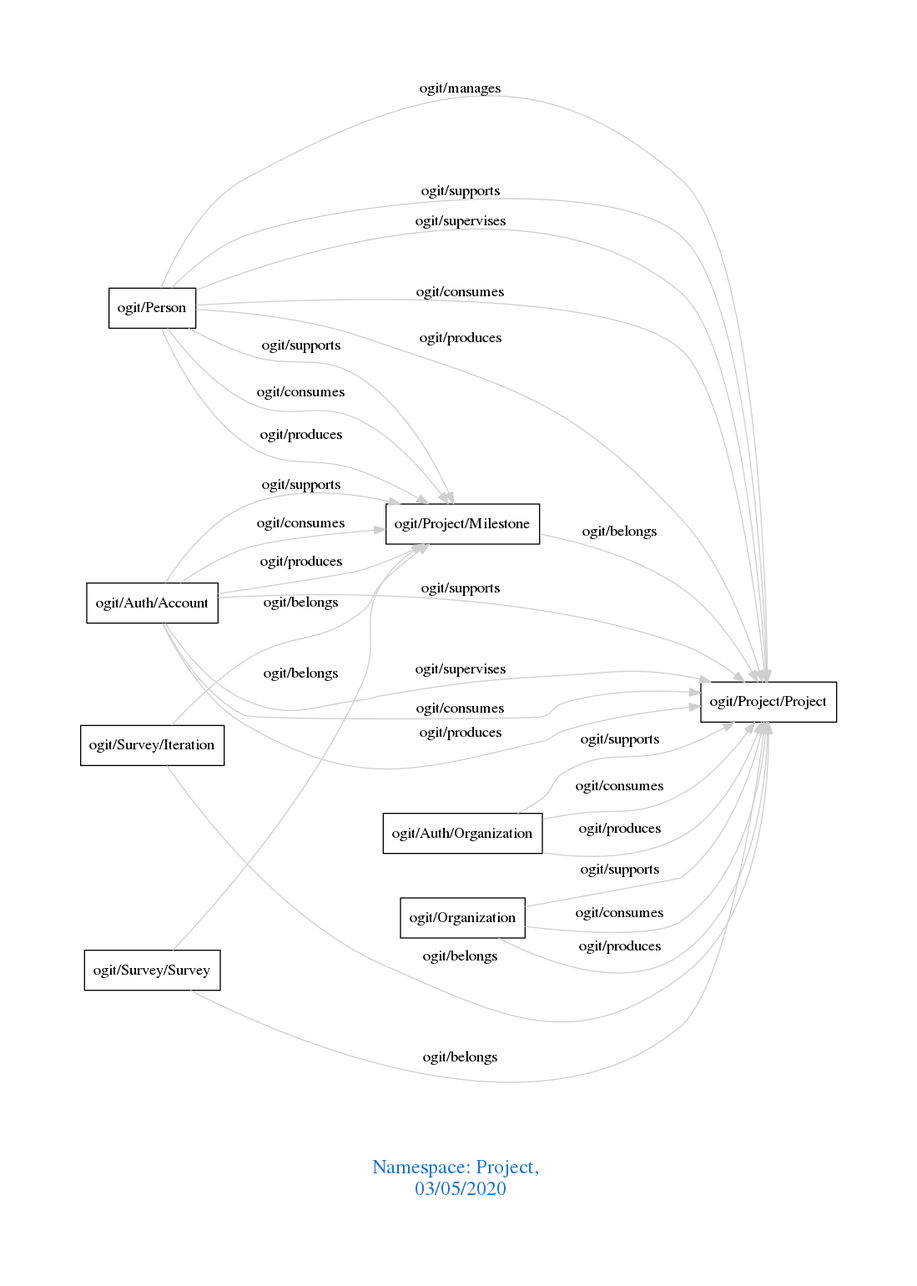
Before: downloads/Project.png, a diagram exported from Graphviz (arago/OGIT). Its source is kept beside it as downloads/Project.dot.
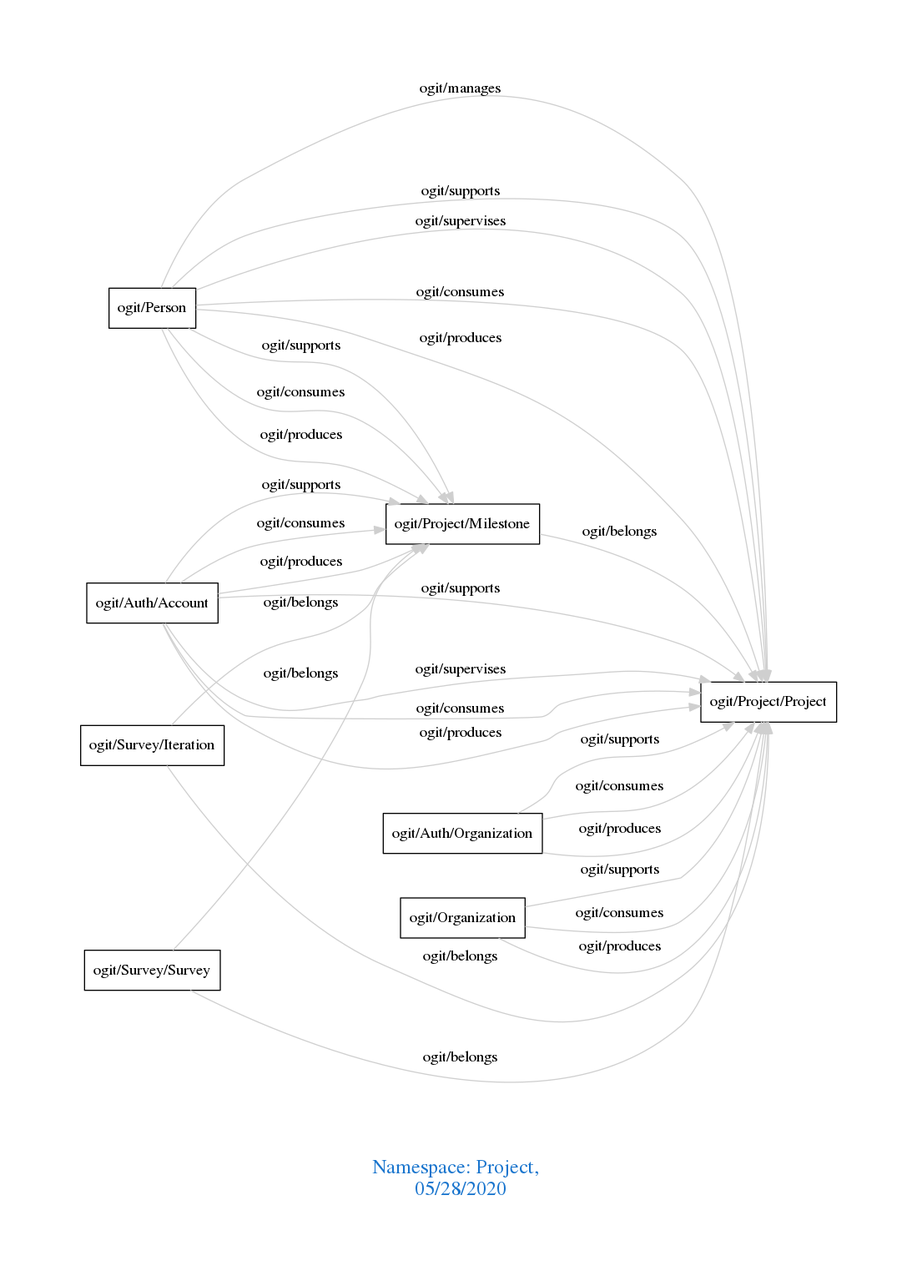
The same file after the commit.

Change to the diagram source:
```diff
@@ -1,7 +1,7 @@
 digraph OGIT_ontology {
  graph [ rankdir= LR,pad=1
 fontsize = 18,
-fontcolor= dodgerblue3,label = "\n\n\nNamespace: Project, \n 03/05/2020"];
+fontcolor= dodgerblue3,label = "\n\n\nNamespace: Project, \n 05/28/2020"];
 node[shape=polygon];
 edge [  color="gray81"];
 
```
